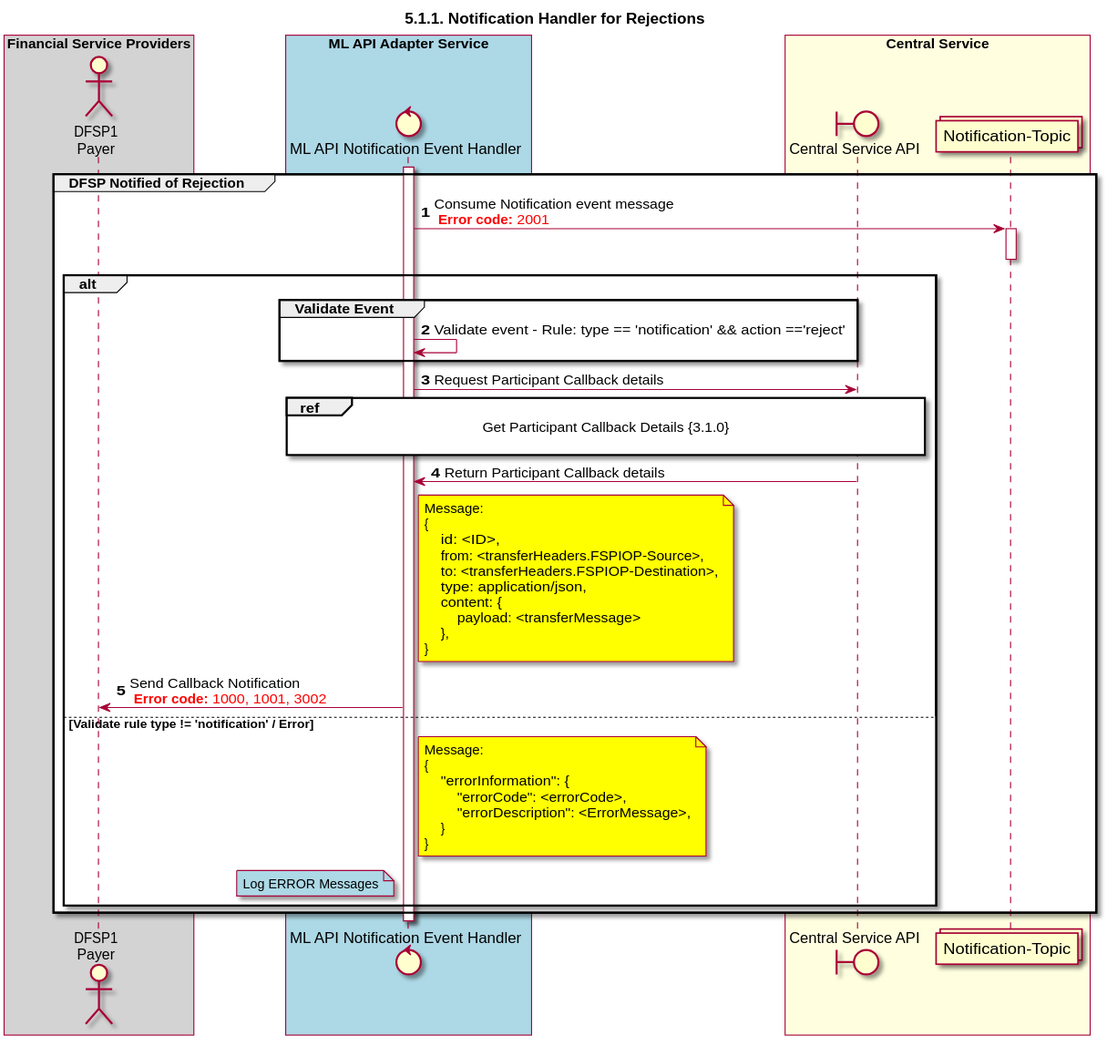
HenkKodde/docs keeps this PlantUML diagram as CentralServices/seq_diagrams/seq-notification-reject-5.1.1.svg. Above is the earlier version.
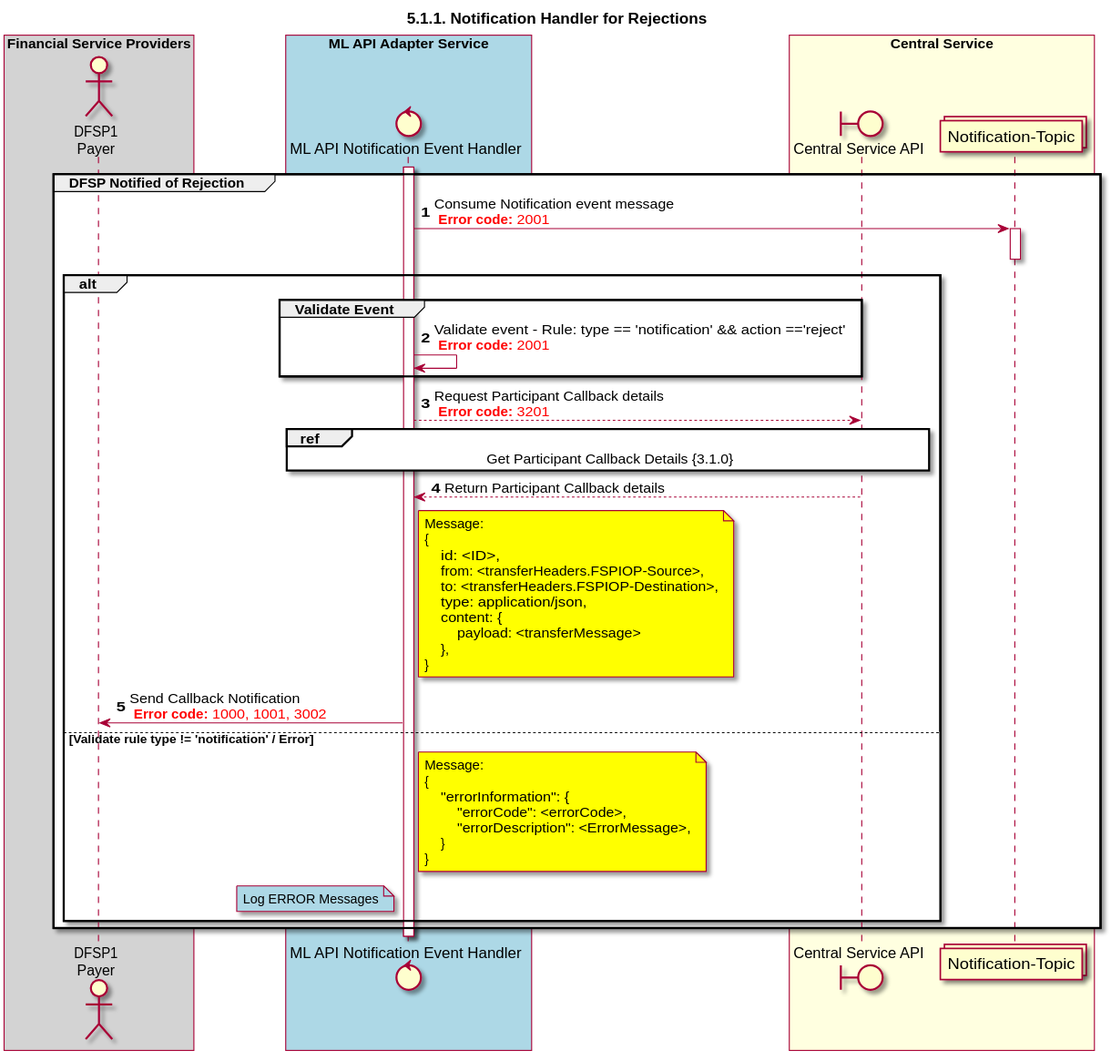
Later version of the same file.

Commit message:
Update Sequence diagram as per Sam recommendations. v3.0

The edit, as a diff of the source:
```diff
@@ -30,11 +30,11 @@
     deactivate TOPIC_NOTIFICATIONS
     alt
         group Validate Event
-            NOTIFY_HANDLER <-> NOTIFY_HANDLER: Validate event - Rule: type == 'notification' && action =='reject'
+            NOTIFY_HANDLER <-> NOTIFY_HANDLER: Validate event - Rule: type == 'notification' && action =='reject' \n <color #FF0000><b>Error code:</b> 2001 </color>
         end
-        NOTIFY_HANDLER -> CSAPI: Request Participant Callback details
-        ref over NOTIFY_HANDLER, CSAPI: Get Participant Callback Details {3.1.0} \n
-        NOTIFY_HANDLER <- CSAPI: Return Participant Callback details
+        NOTIFY_HANDLER --> CSAPI: Request Participant Callback details \n <color #FF0000><b>Error code:</b> 3201 </color>
+        ref over NOTIFY_HANDLER, CSAPI: Get Participant Callback Details {3.1.0}
+        NOTIFY_HANDLER <-- CSAPI: Return Participant Callback details
         note right of NOTIFY_HANDLER #yellow
             Message:
             {
```
